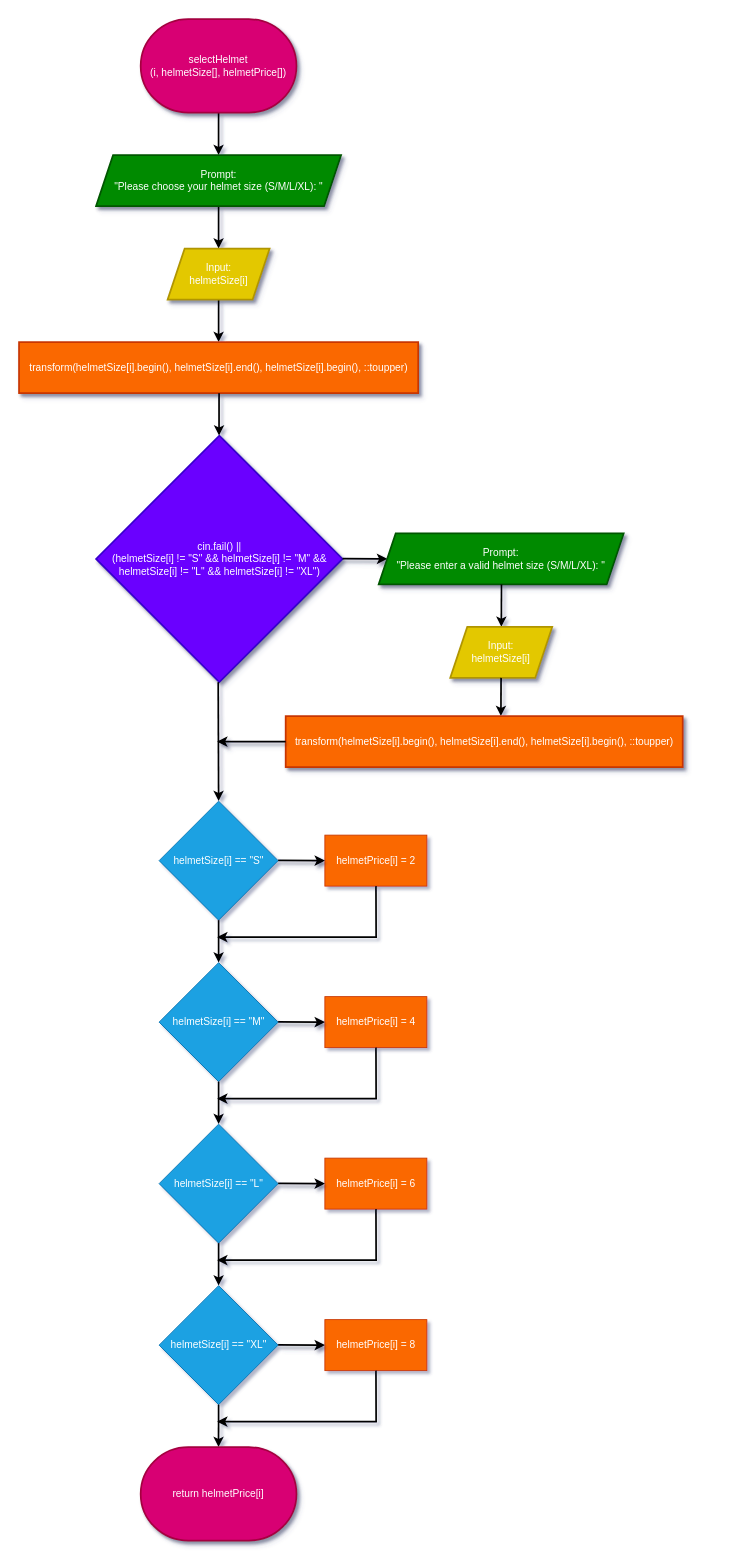
The draw.io diagram Flowcharts (draw.io)/selectHelmet.drawio in shahxvi/csc126-group-project, before the edit. Source tidied: cells renumbered, new cells numbered last; positions are measured from the earlier drawing's top-left corner, leaving out a move shared by most shapes. Both pictures are drawn from the tidied source at 85%, with x=0, y=0 at pixel (19, 19).
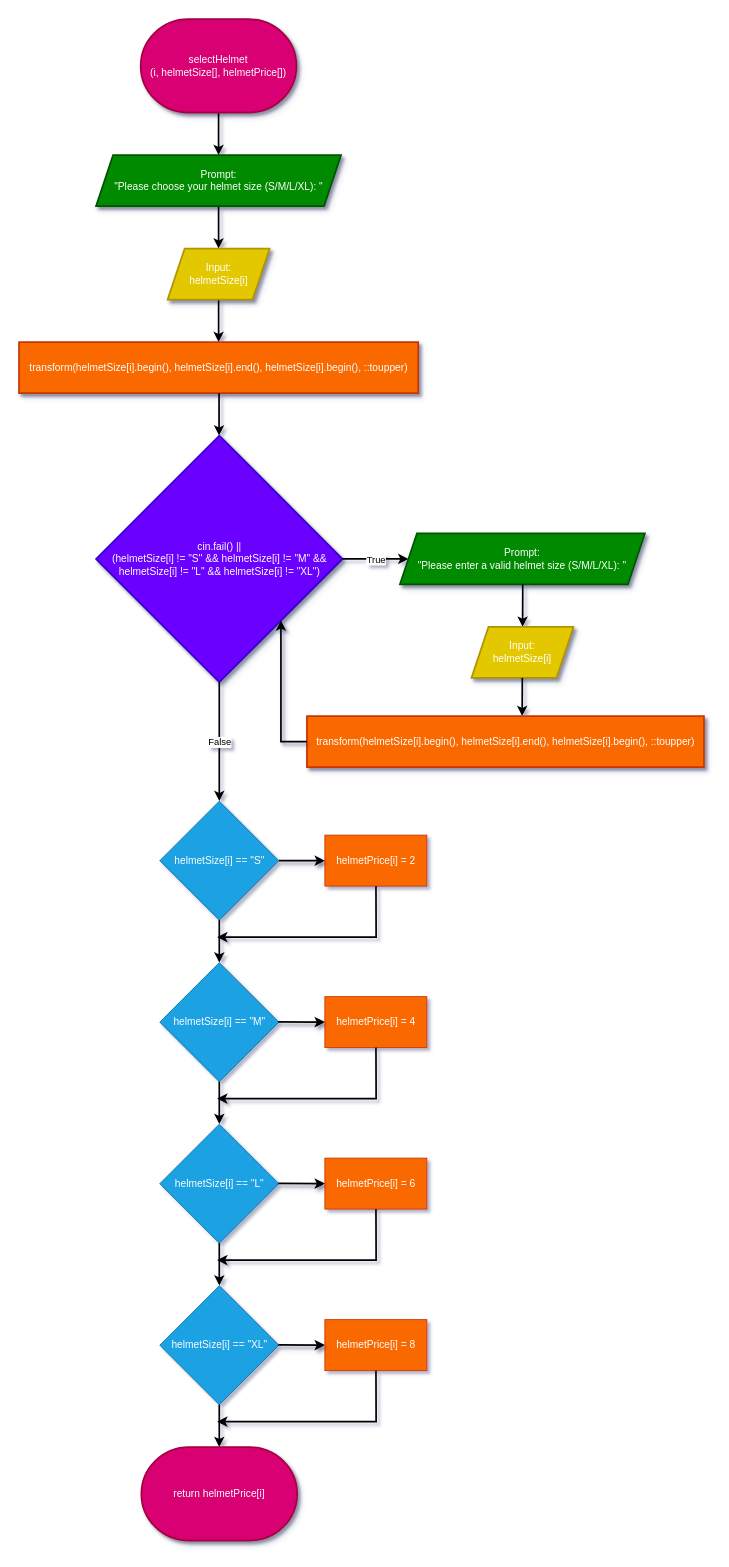
The same diagram, later.

Unchanged cells that the change refers to:
```xml
<mxCell id="9" value="&lt;span style=&quot;color: rgb(255, 255, 255);&quot;&gt;cin.fail() ||&lt;/span&gt;&lt;br&gt;&lt;span style=&quot;color: rgb(255, 255, 255);&quot;&gt;(helmetSize[i] != &quot;S&quot; &amp;amp;&amp;amp; helmetSize[i] != &quot;M&quot; &amp;amp;&amp;amp; helmetSize[i] != &quot;L&quot; &amp;amp;&amp;amp; helmetSize[i] != &quot;XL&quot;)&lt;/span&gt;" style="rhombus;whiteSpace=wrap;html=1;fillColor=#6a00ff;strokeColor=#3700CC;fontColor=#ffffff;strokeWidth=2;shadow=1;labelBackgroundColor=none;labelBorderColor=none;" parent="1" vertex="1">
  <mxGeometry x="90.5" y="490" width="290" height="290" as="geometry" />
</mxCell>
<mxCell id="19" value="helmetPrice[i] = 2" style="whiteSpace=wrap;html=1;fillColor=#fa6800;strokeColor=#C73500;fontColor=#FFFFFF;" parent="1" vertex="1">
  <mxGeometry x="359.7" y="960" width="120" height="60" as="geometry" />
</mxCell>
```

What changed in the source:
```diff
@@
-    <mxCell id="10" style="edgeStyle=none;html=1;strokeWidth=2;shadow=1;entryX=0;entryY=0.5;entryDx=0;entryDy=0;" parent="1" edge="1" target="11">
-      <mxGeometry relative="1" as="geometry">
-        <mxPoint x="380.5" y="634.8" as="sourcePoint" />
-      </mxGeometry>
-    </mxCell>
     <mxCell id="11" value="&lt;span style=&quot;color: rgb(255, 255, 255);&quot;&gt;Prompt:&lt;/span&gt;&lt;br&gt;&lt;span style=&quot;color: rgb(255, 255, 255);&quot;&gt;&quot;Please enter a valid helmet size (S/M/L/XL): &quot;&lt;/span&gt;" style="shape=parallelogram;perimeter=parallelogramPerimeter;whiteSpace=wrap;html=1;fixedSize=1;fillColor=#008a00;strokeColor=#005700;fontColor=#ffffff;strokeWidth=2;shadow=1;" parent="1" vertex="1">
-      <mxGeometry x="423" y="605" width="288.3" height="60" as="geometry" />
+      <mxGeometry x="448" y="605" width="288.3" height="60" as="geometry" />
     </mxCell>
     <mxCell id="12" style="edgeStyle=none;html=1;strokeWidth=2;" parent="1" edge="1" target="13">
       <mxGeometry relative="1" as="geometry">
-        <mxPoint x="567.5" y="665" as="sourcePoint" />
+        <mxPoint x="592.5" y="665" as="sourcePoint" />
       </mxGeometry>
     </mxCell>
     <mxCell id="13" value="Input:&lt;br&gt;helmetSize[i]" style="shape=parallelogram;perimeter=parallelogramPerimeter;whiteSpace=wrap;html=1;fixedSize=1;fillColor=#e3c800;strokeColor=#B09500;fontColor=#FFFFFF;strokeWidth=2;shadow=1;labelBackgroundColor=none;labelBorderColor=none;textShadow=0;" parent="1" vertex="1">
-      <mxGeometry x="507.2" y="715" width="120" height="60" as="geometry" />
+      <mxGeometry x="532.2" y="715" width="120" height="60" as="geometry" />
     </mxCell>
     <mxCell id="14" style="edgeStyle=none;html=1;strokeWidth=2;" parent="1" edge="1">
       <mxGeometry relative="1" as="geometry">
-        <mxPoint x="567" y="775" as="sourcePoint" />
-        <mxPoint x="566.8" y="820" as="targetPoint" />
+        <mxPoint x="592" y="775" as="sourcePoint" />
+        <mxPoint x="591.8" y="820" as="targetPoint" />
       </mxGeometry>
     </mxCell>
     <mxCell id="15" value="&lt;div style=&quot;text-align: start;&quot;&gt;&lt;font face=&quot;monospace&quot;&gt;&lt;span style=&quot;font-size: 0px;&quot;&gt;&lt;span style=&quot;white-space: pre;&quot;&gt;&#9;&lt;/span&gt;std::transform(suitSize[i].begin(), suitSize[i].end(), suitSize[i].begin(), ::toupper)&lt;/span&gt;&lt;/font&gt;&lt;span style=&quot;color: rgb(255, 255, 255);&quot;&gt;transform(helmetSize[i].begin(),&amp;nbsp;&lt;/span&gt;&lt;span style=&quot;color: rgb(255, 255, 255);&quot;&gt;helmetSize&lt;/span&gt;&lt;span style=&quot;color: rgb(255, 255, 255);&quot;&gt;[i].end(),&amp;nbsp;&lt;/span&gt;&lt;span style=&quot;color: rgb(255, 255, 255);&quot;&gt;helmetSize&lt;/span&gt;&lt;span style=&quot;color: rgb(255, 255, 255);&quot;&gt;[i].begin(), ::toupper)&lt;/span&gt;&lt;/div&gt;" style="whiteSpace=wrap;html=1;fillColor=#fa6800;strokeColor=#C73500;fontColor=#000000;strokeWidth=2;shadow=1;labelBackgroundColor=none;labelBorderColor=none;" parent="1" vertex="1">
-      <mxGeometry x="313.6" y="820" width="467.1" height="60" as="geometry" />
+      <mxGeometry x="338.6" y="820" width="467.1" height="60" as="geometry" />
     </mxCell>
-    <mxCell id="16" style="edgeStyle=none;html=1;strokeWidth=2;entryX=0.5;entryY=0;entryDx=0;entryDy=0;" parent="1" edge="1" target="17">
-      <mxGeometry relative="1" as="geometry">
-        <mxPoint x="234.2" y="780" as="sourcePoint" />
-      </mxGeometry>
-    </mxCell>
     <mxCell id="17" value="helmetSize[i] == &quot;S&quot;" style="rhombus;whiteSpace=wrap;html=1;fillColor=#1ba1e2;fontColor=#ffffff;strokeColor=#006EAF;" parent="1" vertex="1">
-      <mxGeometry x="164.7" y="920" width="140" height="140" as="geometry" />
+      <mxGeometry x="165.5" y="920" width="140" height="140" as="geometry" />
     </mxCell>
-    <mxCell id="18" style="edgeStyle=none;html=1;strokeWidth=2;shadow=1;exitX=0;exitY=0.5;exitDx=0;exitDy=0;" parent="1" edge="1" source="15">
+    <mxCell id="18" style="edgeStyle=none;html=1;strokeWidth=2;shadow=1;exitX=0;exitY=0.5;exitDx=0;exitDy=0;entryX=1;entryY=1;entryDx=0;entryDy=0;rounded=0;curved=0;" parent="1" edge="1" source="15" target="9">
       <mxGeometry relative="1" as="geometry">
-        <mxPoint x="233" y="850" as="targetPoint" />
+        <Array as="points">
+          <mxPoint x="308" y="850" />
+        </Array>
       </mxGeometry>
     </mxCell>
@@
-    <mxCell id="20" style="edgeStyle=none;html=1;strokeWidth=2;shadow=1;entryX=0;entryY=0.5;entryDx=0;entryDy=0;" parent="1" edge="1" target="19">
-      <mxGeometry relative="1" as="geometry">
-        <mxPoint x="304.7" y="989.8" as="sourcePoint" />
-      </mxGeometry>
+    <mxCell id="20" style="edgeStyle=none;html=1;strokeWidth=2;shadow=1;entryX=0;entryY=0.5;entryDx=0;entryDy=0;exitX=1;exitY=0.5;exitDx=0;exitDy=0;" parent="1" edge="1" source="17" target="19">
+      <mxGeometry relative="1" as="geometry" />
     </mxCell>
@@
-    <mxCell id="22" style="edgeStyle=none;html=1;strokeWidth=2;exitX=0.5;exitY=1;exitDx=0;exitDy=0;rounded=0;curved=0;" parent="1" edge="1">
+    <mxCell id="22" style="edgeStyle=none;html=1;strokeWidth=2;exitX=0.5;exitY=1;exitDx=0;exitDy=0;rounded=0;curved=0;entryX=1;entryY=0.5;entryDx=0;entryDy=0;" parent="1" edge="1">
       <mxGeometry relative="1" as="geometry">
         <mxPoint x="419.8" y="1020" as="sourcePoint" />
         <mxPoint x="233" y="1080" as="targetPoint" />
         <Array as="points">
           <mxPoint x="420" y="1080" />
         </Array>
       </mxGeometry>
     </mxCell>
     <mxCell id="23" value="helmetSize[i] == &quot;M&quot;" style="rhombus;whiteSpace=wrap;html=1;fillColor=#1ba1e2;fontColor=#ffffff;strokeColor=#006EAF;" parent="1" vertex="1">
-      <mxGeometry x="164.7" y="1110" width="140" height="140" as="geometry" />
+      <mxGeometry x="165.5" y="1110" width="140" height="140" as="geometry" />
     </mxCell>
@@
     <mxCell id="28" value="helmetSize[i] == &quot;L&quot;" style="rhombus;whiteSpace=wrap;html=1;fillColor=#1ba1e2;fontColor=#ffffff;strokeColor=#006EAF;" parent="1" vertex="1">
-      <mxGeometry x="164.7" y="1300" width="140" height="140" as="geometry" />
+      <mxGeometry x="165.5" y="1300" width="140" height="140" as="geometry" />
     </mxCell>
@@
     <mxCell id="33" value="helmetSize[i] == &quot;XL&quot;" style="rhombus;whiteSpace=wrap;html=1;fillColor=#1ba1e2;fontColor=#ffffff;strokeColor=#006EAF;" parent="1" vertex="1">
-      <mxGeometry x="164.7" y="1490" width="140" height="140" as="geometry" />
+      <mxGeometry x="165.5" y="1490" width="140" height="140" as="geometry" />
     </mxCell>
@@
-    <mxCell id="36" style="edgeStyle=none;html=1;strokeWidth=2;exitX=0.5;exitY=1;exitDx=0;exitDy=0;" parent="1" edge="1" source="33">
-      <mxGeometry relative="1" as="geometry">
-        <mxPoint x="234.6" y="1680" as="targetPoint" />
-      </mxGeometry>
+    <mxCell id="36" style="edgeStyle=none;html=1;strokeWidth=2;exitX=0.5;exitY=1;exitDx=0;exitDy=0;entryX=0.5;entryY=0;entryDx=0;entryDy=0;entryPerimeter=0;" parent="1" edge="1" source="33" target="38">
+      <mxGeometry relative="1" as="geometry" />
     </mxCell>
@@
     <mxCell id="38" value="return helmetPrice[i]" style="strokeWidth=2;html=1;shape=mxgraph.flowchart.terminator;whiteSpace=wrap;fillColor=#d80073;strokeColor=#A50040;shadow=1;fontColor=#ffffff;" parent="1" vertex="1">
-      <mxGeometry x="143" y="1680" width="183.3" height="110" as="geometry" />
+      <mxGeometry x="143.8" y="1680" width="183.3" height="110" as="geometry" />
     </mxCell>
@@
+    <mxCell id="40" style="endArrow=classic;html=1;exitX=1;exitY=0.5;exitDx=0;exitDy=0;entryX=0;entryY=0.5;entryDx=0;entryDy=0;strokeWidth=2;" parent="1" edge="1" source="9" target="11">
+      <mxGeometry relative="1" as="geometry" />
+    </mxCell>
+    <mxCell id="41" value="True" style="edgeLabel;html=1;align=center;verticalAlign=middle;" parent="40" vertex="1">
+      <mxGeometry relative="1" as="geometry" />
+    </mxCell>
+    <mxCell id="42" style="endArrow=classic;html=1;exitX=0.5;exitY=1;exitDx=0;exitDy=0;entryX=0.5;entryY=0;entryDx=0;entryDy=0;strokeWidth=2;" parent="1" edge="1" source="9" target="17">
+      <mxGeometry relative="1" as="geometry" />
+    </mxCell>
+    <mxCell id="43" value="False" style="edgeLabel;html=1;align=center;verticalAlign=middle;" parent="42" vertex="1">
+      <mxGeometry relative="1" as="geometry" />
+    </mxCell>
```
